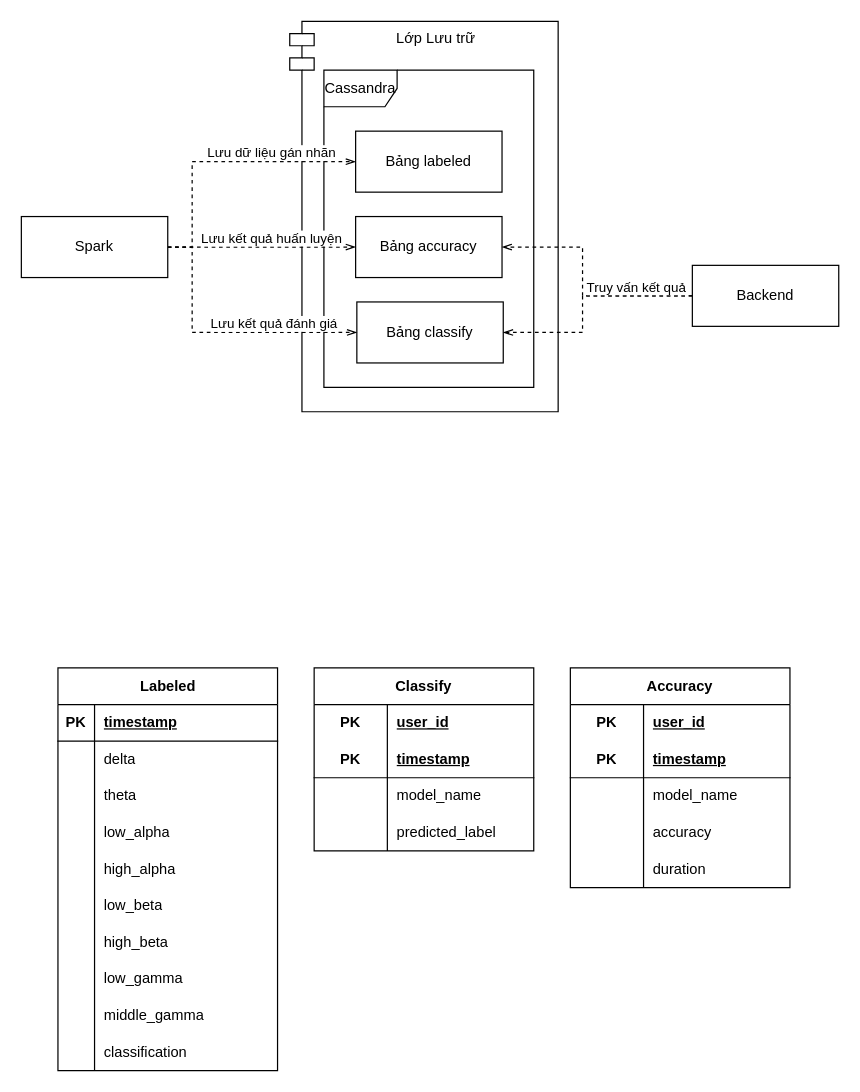
DuyPh4m/DATN keeps this draw.io diagram as page "Storage Layer" (11 of 11) of Diagrams.drawio. Above is the earlier version. Source tidied: cells renumbered, new cells numbered last; positions are measured from the earlier drawing's top-left corner, leaving out a move shared by most shapes. Both pictures are drawn from the tidied source at 122%, with x=0, y=0 at pixel (21, 21).
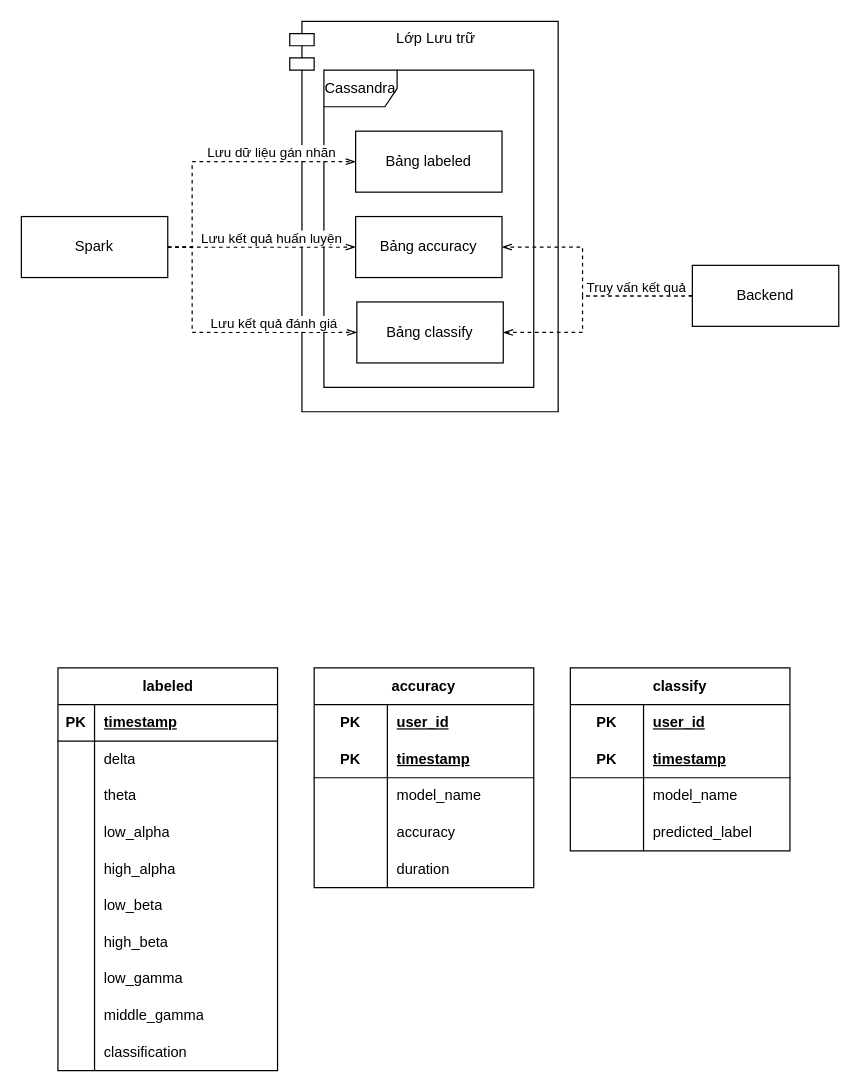
Above is the later version.

Change to the diagram source:
```diff
@@
-    <mxCell id="18" value="Labeled" style="shape=table;startSize=30;childLayout=tableLayout;rowLines=0;fontStyle=1;align=center;html=1;" parent="1" vertex="1">
+    <mxCell id="18" value="labeled" style="shape=table;startSize=30;childLayout=tableLayout;rowLines=0;fontStyle=1;align=center;html=1;" parent="1" vertex="1">
       <mxGeometry x="30" y="530" width="180" height="330" as="geometry" />
     </mxCell>
@@
-    <mxCell id="49" value="Classify" style="shape=table;startSize=30;childLayout=tableLayout;rowLines=0;fontStyle=1;align=center;html=1;whiteSpace=wrap;" parent="1" vertex="1">
-      <mxGeometry x="240" y="530" width="180" height="150" as="geometry" />
+    <mxCell id="49" value="classify" style="shape=table;startSize=30;childLayout=tableLayout;rowLines=0;fontStyle=1;align=center;html=1;whiteSpace=wrap;" parent="1" vertex="1">
+      <mxGeometry x="450" y="530" width="180" height="150" as="geometry" />
     </mxCell>
@@
-    <mxCell id="62" value="Accuracy" style="shape=table;startSize=30;childLayout=tableLayout;rowLines=0;fontStyle=1;align=center;html=1;whiteSpace=wrap;" parent="1" vertex="1">
-      <mxGeometry x="450" y="530" width="180" height="180" as="geometry" />
+    <mxCell id="62" value="accuracy" style="shape=table;startSize=30;childLayout=tableLayout;rowLines=0;fontStyle=1;align=center;html=1;whiteSpace=wrap;" parent="1" vertex="1">
+      <mxGeometry x="240" y="530" width="180" height="180" as="geometry" />
     </mxCell>
```
